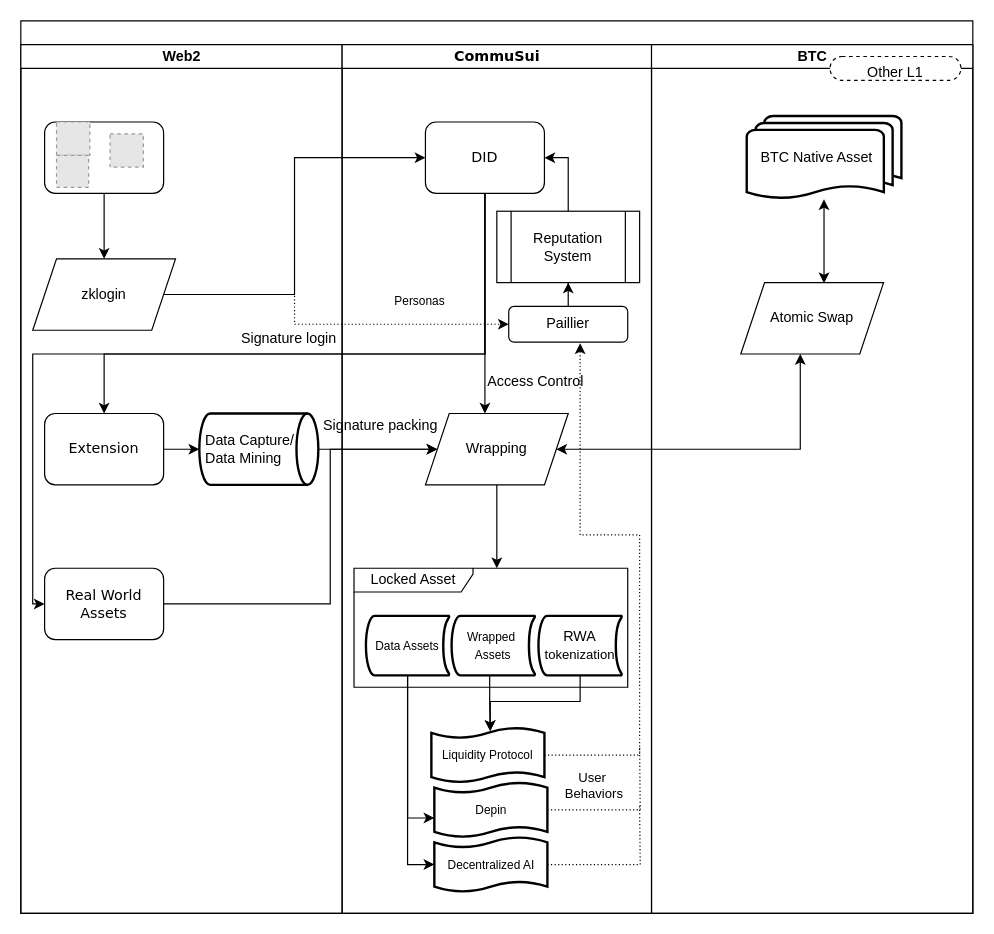
Above: ArchFlow.drawio in CommuSA/CommuSui (draw.io), before the change. Source tidied: cells renumbered, new cells numbered last; positions are measured from the earlier drawing's top-left corner, leaving out a move shared by most shapes. Both pictures are drawn from the tidied source at 119%, with x=0, y=0 at pixel (20, 20). Pictures stored in the file or linked from it are replaced by grey dashed boxes.
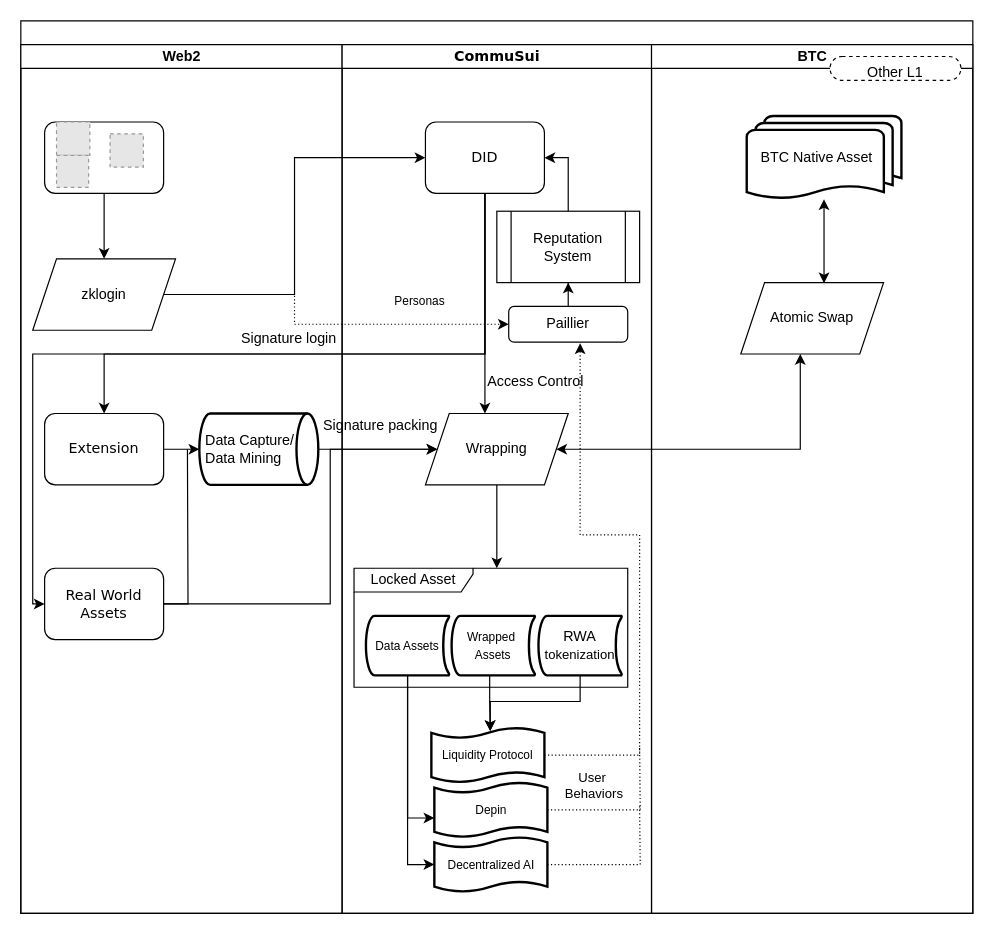
After the change.

The change refers to these unchanged cells:
```xml
<mxCell id="3" value="Web2" style="swimlane;html=1;startSize=20;" parent="2" vertex="1">
  <mxGeometry y="20" width="270" height="730" as="geometry" />
</mxCell>
<mxCell id="13" value="&lt;font style=&quot;font-size: 12px;&quot;&gt;Real World Assets&lt;/font&gt;" style="rounded=1;whiteSpace=wrap;html=1;shadow=0;labelBackgroundColor=none;strokeWidth=1;fontFamily=Verdana;fontSize=8;align=center;" parent="3" vertex="1">
  <mxGeometry x="20" y="440" width="100" height="60" as="geometry" />
</mxCell>
```

Diff of the diagram source:
```diff
@@
+    <mxCell id="54" style="edgeStyle=orthogonalEdgeStyle;rounded=0;jettySize=auto;html=1;endArrow=none;endFill=0;" parent="3" edge="1" source="13">
+      <mxGeometry relative="1" as="geometry">
+        <mxPoint x="140" y="340" as="targetPoint" />
+      </mxGeometry>
+    </mxCell>
```
